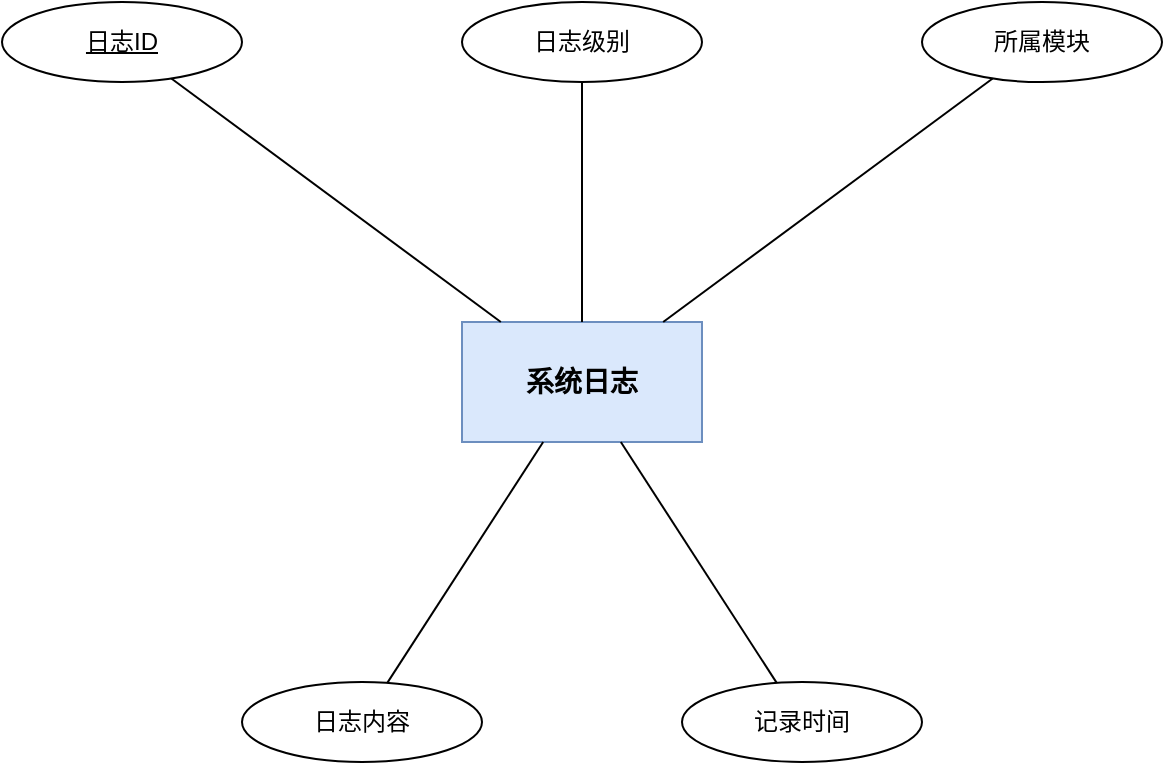
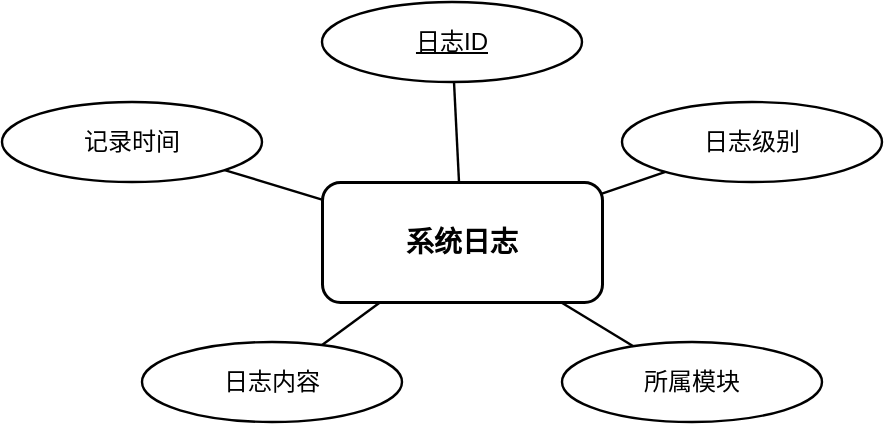
- <mxfile host="app.diagrams.net" type="device">
+ <mxfile host="Electron">
  <diagram name="系统日志实体属性图" id="entLog">
-     <mxGraphModel dx="700" dy="500" grid="1" gridSize="10" guides="1" tooltips="1" connect="1" arrows="1" fold="1" page="1" pageScale="1" pageWidth="700" pageHeight="500" math="0" shadow="0">
+     <mxGraphModel dx="934" dy="662" grid="1" gridSize="10" guides="1" tooltips="1" connect="1" arrows="1" fold="1" page="1" pageScale="1" pageWidth="920" pageHeight="620" math="0" shadow="0">
      <root>
-         <mxCell id="0"/>
-         <mxCell id="1" parent="0"/>
-         <mxCell id="ent" value="系统日志" style="rounded=0;whiteSpace=wrap;html=1;fontSize=14;fontStyle=1;fillColor=#dae8fc;strokeColor=#6c8ebf;" vertex="1" parent="1"><mxGeometry x="290" y="220" width="120" height="60" as="geometry"/></mxCell>
-         <mxCell id="a1" value="&lt;u&gt;日志ID&lt;/u&gt;" style="ellipse;whiteSpace=wrap;html=1;fontSize=12;" vertex="1" parent="1"><mxGeometry x="60" y="60" width="120" height="40" as="geometry"/></mxCell>
-         <mxCell id="a2" value="日志级别" style="ellipse;whiteSpace=wrap;html=1;fontSize=12;" vertex="1" parent="1"><mxGeometry x="290" y="60" width="120" height="40" as="geometry"/></mxCell>
-         <mxCell id="a3" value="所属模块" style="ellipse;whiteSpace=wrap;html=1;fontSize=12;" vertex="1" parent="1"><mxGeometry x="520" y="60" width="120" height="40" as="geometry"/></mxCell>
-         <mxCell id="a4" value="日志内容" style="ellipse;whiteSpace=wrap;html=1;fontSize=12;" vertex="1" parent="1"><mxGeometry x="180" y="400" width="120" height="40" as="geometry"/></mxCell>
-         <mxCell id="a5" value="记录时间" style="ellipse;whiteSpace=wrap;html=1;fontSize=12;" vertex="1" parent="1"><mxGeometry x="400" y="400" width="120" height="40" as="geometry"/></mxCell>
-         <mxCell id="e1" style="endArrow=none;html=1;" edge="1" parent="1" source="ent" target="a1"><mxGeometry relative="1" as="geometry"/></mxCell>
-         <mxCell id="e2" style="endArrow=none;html=1;" edge="1" parent="1" source="ent" target="a2"><mxGeometry relative="1" as="geometry"/></mxCell>
-         <mxCell id="e3" style="endArrow=none;html=1;" edge="1" parent="1" source="ent" target="a3"><mxGeometry relative="1" as="geometry"/></mxCell>
-         <mxCell id="e4" style="endArrow=none;html=1;" edge="1" parent="1" source="ent" target="a4"><mxGeometry relative="1" as="geometry"/></mxCell>
-         <mxCell id="e5" style="endArrow=none;html=1;" edge="1" parent="1" source="ent" target="a5"><mxGeometry relative="1" as="geometry"/></mxCell>
+         <mxCell id="0" />
+         <mxCell id="1" parent="0" />
+         <mxCell id="ent" parent="1" style="rounded=1;whiteSpace=wrap;html=1;fontSize=14;fontStyle=1;strokeWidth=1.5;labelBackgroundColor=none;" value="系统日志" vertex="1">
+           <mxGeometry height="60" width="140" x="390" y="270" as="geometry" />
+         </mxCell>
+         <mxCell id="a1" parent="1" style="ellipse;whiteSpace=wrap;html=1;fontSize=12;strokeWidth=1.2;labelBackgroundColor=none;rounded=1;" value="&lt;u&gt;日志ID&lt;/u&gt;" vertex="1">
+           <mxGeometry height="40" width="130" x="390" y="180" as="geometry" />
+         </mxCell>
+         <mxCell id="a2" parent="1" style="ellipse;whiteSpace=wrap;html=1;fontSize=12;strokeWidth=1.2;labelBackgroundColor=none;rounded=1;" value="日志级别" vertex="1">
+           <mxGeometry height="40" width="130" x="540" y="230" as="geometry" />
+         </mxCell>
+         <mxCell id="a3" parent="1" style="ellipse;whiteSpace=wrap;html=1;fontSize=12;strokeWidth=1.2;labelBackgroundColor=none;rounded=1;" value="所属模块" vertex="1">
+           <mxGeometry height="40" width="130" x="510" y="350" as="geometry" />
+         </mxCell>
+         <mxCell id="a4" parent="1" style="ellipse;whiteSpace=wrap;html=1;fontSize=12;strokeWidth=1.2;labelBackgroundColor=none;rounded=1;" value="日志内容" vertex="1">
+           <mxGeometry height="40" width="130" x="300" y="350" as="geometry" />
+         </mxCell>
+         <mxCell id="a5" parent="1" style="ellipse;whiteSpace=wrap;html=1;fontSize=12;strokeWidth=1.2;labelBackgroundColor=none;rounded=1;" value="记录时间" vertex="1">
+           <mxGeometry height="40" width="130" x="230" y="230" as="geometry" />
+         </mxCell>
+         <mxCell id="e1" edge="1" parent="1" source="ent" style="endArrow=none;html=1;strokeWidth=1.2;labelBackgroundColor=none;fontColor=default;" target="a1">
+           <mxGeometry relative="1" as="geometry" />
+         </mxCell>
+         <mxCell id="e2" edge="1" parent="1" source="ent" style="endArrow=none;html=1;strokeWidth=1.2;labelBackgroundColor=none;fontColor=default;" target="a2">
+           <mxGeometry relative="1" as="geometry" />
+         </mxCell>
+         <mxCell id="e3" edge="1" parent="1" source="ent" style="endArrow=none;html=1;strokeWidth=1.2;labelBackgroundColor=none;fontColor=default;" target="a3">
+           <mxGeometry relative="1" as="geometry" />
+         </mxCell>
+         <mxCell id="e4" edge="1" parent="1" source="ent" style="endArrow=none;html=1;strokeWidth=1.2;labelBackgroundColor=none;fontColor=default;" target="a4">
+           <mxGeometry relative="1" as="geometry" />
+         </mxCell>
+         <mxCell id="e5" edge="1" parent="1" source="ent" style="endArrow=none;html=1;strokeWidth=1.2;labelBackgroundColor=none;fontColor=default;" target="a5">
+           <mxGeometry relative="1" as="geometry" />
+         </mxCell>
      </root>
    </mxGraphModel>
  </diagram>
</mxfile>
